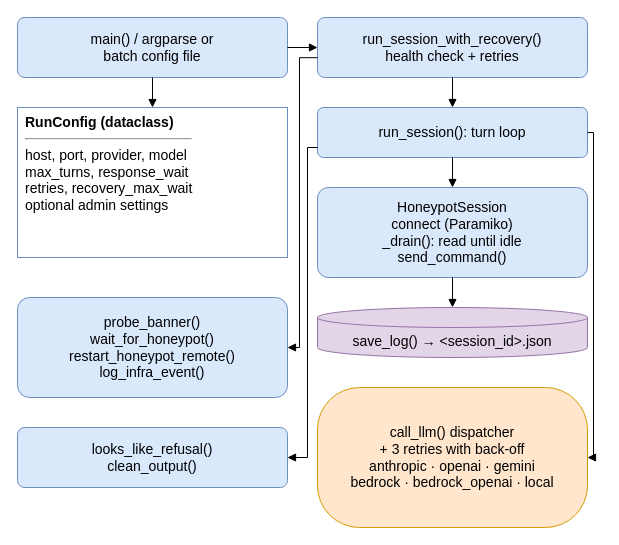
Above: report/diagrams/d18_harness_modules.drawio in parthkansal823/Honeypot_RedTeaming-paper (draw.io), before the change. Source tidied: cells renumbered, new cells numbered last; positions are measured from the earlier drawing's top-left corner, leaving out a move shared by most shapes. Both pictures are drawn from the tidied source at 100%, with x=0, y=0 at pixel (17, 17).
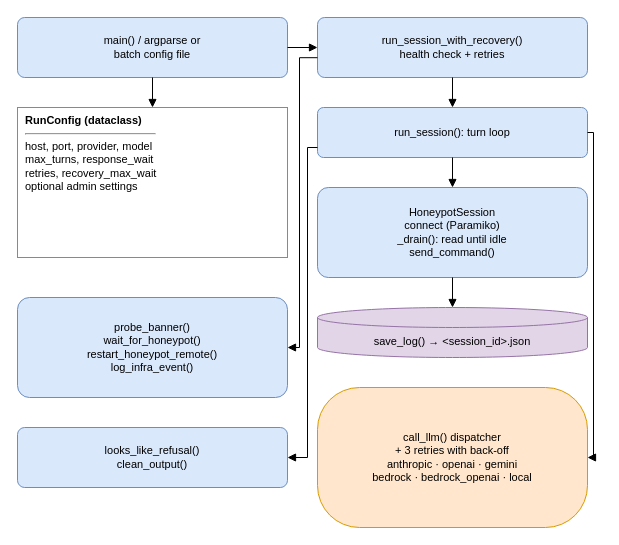
The same diagram, later.

The edit, as a diff of the source:
```diff
@@
-    <mxCell id="2" value="main() / argparse or&lt;br&gt;batch config file" style="rounded=1;arcSize=12;whiteSpace=wrap;html=1;fillColor=#DAE8FC;strokeColor=#6C8EBF;fontFamily=Arial;fontSize=14;" parent="1" vertex="1">
+    <mxCell id="2" value="main() / argparse or&lt;br&gt;batch config file" style="rounded=1;arcSize=12;whiteSpace=wrap;html=1;fillColor=#DAE8FC;strokeColor=#6C8EBF;fontFamily=Arial;fontSize=11;" parent="1" vertex="1">
       <mxGeometry width="270" height="60" as="geometry" />
     </mxCell>
-    <mxCell id="3" value="run_session_with_recovery()&lt;br&gt;health check + retries" style="rounded=1;arcSize=12;whiteSpace=wrap;html=1;fillColor=#DAE8FC;strokeColor=#6C8EBF;fontFamily=Arial;fontSize=14;" parent="1" vertex="1">
+    <mxCell id="3" value="run_session_with_recovery()&lt;br&gt;health check + retries" style="rounded=1;arcSize=12;whiteSpace=wrap;html=1;fillColor=#DAE8FC;strokeColor=#6C8EBF;fontFamily=Arial;fontSize=11;" parent="1" vertex="1">
       <mxGeometry x="300" width="270" height="60" as="geometry" />
     </mxCell>
-    <mxCell id="4" value="&lt;b&gt;RunConfig (dataclass)&lt;/b&gt;&lt;hr&gt;host, port, provider, model&lt;br&gt;max_turns, response_wait&lt;br&gt;retries, recovery_max_wait&lt;br&gt;optional admin settings" style="rounded=0;verticalAlign=top;align=left;spacingLeft=6;whiteSpace=wrap;html=1;fillColor=#FFFFFF;strokeColor=#6C8EBF;fontFamily=Arial;fontSize=14;" parent="1" vertex="1">
+    <mxCell id="4" value="&lt;b&gt;RunConfig (dataclass)&lt;/b&gt;&lt;hr&gt;host, port, provider, model&lt;br&gt;max_turns, response_wait&lt;br&gt;retries, recovery_max_wait&lt;br&gt;optional admin settings" style="rounded=0;verticalAlign=top;align=left;spacingLeft=6;whiteSpace=wrap;html=1;fillColor=#FFFFFF;strokeColor=#6C8EBF;fontFamily=Arial;fontSize=11;" parent="1" vertex="1">
       <mxGeometry y="90" width="270" height="150" as="geometry" />
     </mxCell>
-    <mxCell id="5" value="run_session(): turn loop" style="rounded=1;arcSize=12;whiteSpace=wrap;html=1;fillColor=#DAE8FC;strokeColor=#6C8EBF;fontFamily=Arial;fontSize=14;" parent="1" vertex="1">
+    <mxCell id="5" value="run_session(): turn loop" style="rounded=1;arcSize=12;whiteSpace=wrap;html=1;fillColor=#DAE8FC;strokeColor=#6C8EBF;fontFamily=Arial;fontSize=11;" parent="1" vertex="1">
       <mxGeometry x="300" y="90" width="270" height="50" as="geometry" />
     </mxCell>
-    <mxCell id="6" value="HoneypotSession&lt;br&gt;connect (Paramiko)&lt;br&gt;_drain(): read until idle&lt;br&gt;send_command()" style="rounded=1;arcSize=12;whiteSpace=wrap;html=1;fillColor=#DAE8FC;strokeColor=#6C8EBF;fontFamily=Arial;fontSize=14;" parent="1" vertex="1">
+    <mxCell id="6" value="HoneypotSession&lt;br&gt;connect (Paramiko)&lt;br&gt;_drain(): read until idle&lt;br&gt;send_command()" style="rounded=1;arcSize=12;whiteSpace=wrap;html=1;fillColor=#DAE8FC;strokeColor=#6C8EBF;fontFamily=Arial;fontSize=11;" parent="1" vertex="1">
       <mxGeometry x="300" y="170" width="270" height="90" as="geometry" />
     </mxCell>
-    <mxCell id="7" value="save_log() → &amp;lt;session_id&amp;gt;.json" style="shape=cylinder3;boundedLbl=1;backgroundOutline=1;size=10;whiteSpace=wrap;html=1;fillColor=#E1D5E7;strokeColor=#9673A6;fontFamily=Arial;fontSize=14;" parent="1" vertex="1">
+    <mxCell id="7" value="save_log() → &amp;lt;session_id&amp;gt;.json" style="shape=cylinder3;boundedLbl=1;backgroundOutline=1;size=10;whiteSpace=wrap;html=1;fillColor=#E1D5E7;strokeColor=#9673A6;fontFamily=Arial;fontSize=11;" parent="1" vertex="1">
       <mxGeometry x="300" y="290" width="270" height="50" as="geometry" />
     </mxCell>
-    <mxCell id="8" value="probe_banner()&lt;br&gt;wait_for_honeypot()&lt;br&gt;restart_honeypot_remote()&lt;br&gt;log_infra_event()" style="rounded=1;arcSize=12;whiteSpace=wrap;html=1;fillColor=#DAE8FC;strokeColor=#6C8EBF;fontFamily=Arial;fontSize=14;" parent="1" vertex="1">
+    <mxCell id="8" value="probe_banner()&lt;br&gt;wait_for_honeypot()&lt;br&gt;restart_honeypot_remote()&lt;br&gt;log_infra_event()" style="rounded=1;arcSize=12;whiteSpace=wrap;html=1;fillColor=#DAE8FC;strokeColor=#6C8EBF;fontFamily=Arial;fontSize=11;" parent="1" vertex="1">
       <mxGeometry y="280" width="270" height="100" as="geometry" />
     </mxCell>
-    <mxCell id="9" value="looks_like_refusal()&lt;br&gt;clean_output()" style="rounded=1;arcSize=12;whiteSpace=wrap;html=1;fillColor=#DAE8FC;strokeColor=#6C8EBF;fontFamily=Arial;fontSize=14;" parent="1" vertex="1">
+    <mxCell id="9" value="looks_like_refusal()&lt;br&gt;clean_output()" style="rounded=1;arcSize=12;whiteSpace=wrap;html=1;fillColor=#DAE8FC;strokeColor=#6C8EBF;fontFamily=Arial;fontSize=11;" parent="1" vertex="1">
       <mxGeometry y="410" width="270" height="60" as="geometry" />
     </mxCell>
-    <mxCell id="10" value="call_llm() dispatcher&lt;br&gt;+ 3 retries with back-off&lt;br&gt;anthropic · openai · gemini&lt;br&gt;bedrock · bedrock_openai · local" style="rounded=1;arcSize=30;whiteSpace=wrap;html=1;fillColor=#FFE6CC;strokeColor=#D79B00;fontFamily=Arial;fontSize=14;" parent="1" vertex="1">
+    <mxCell id="10" value="call_llm() dispatcher&lt;br&gt;+ 3 retries with back-off&lt;br&gt;anthropic · openai · gemini&lt;br&gt;bedrock · bedrock_openai · local" style="rounded=1;arcSize=30;whiteSpace=wrap;html=1;fillColor=#FFE6CC;strokeColor=#D79B00;fontFamily=Arial;fontSize=11;" parent="1" vertex="1">
       <mxGeometry x="300" y="370" width="270" height="140" as="geometry" />
     </mxCell>
```
